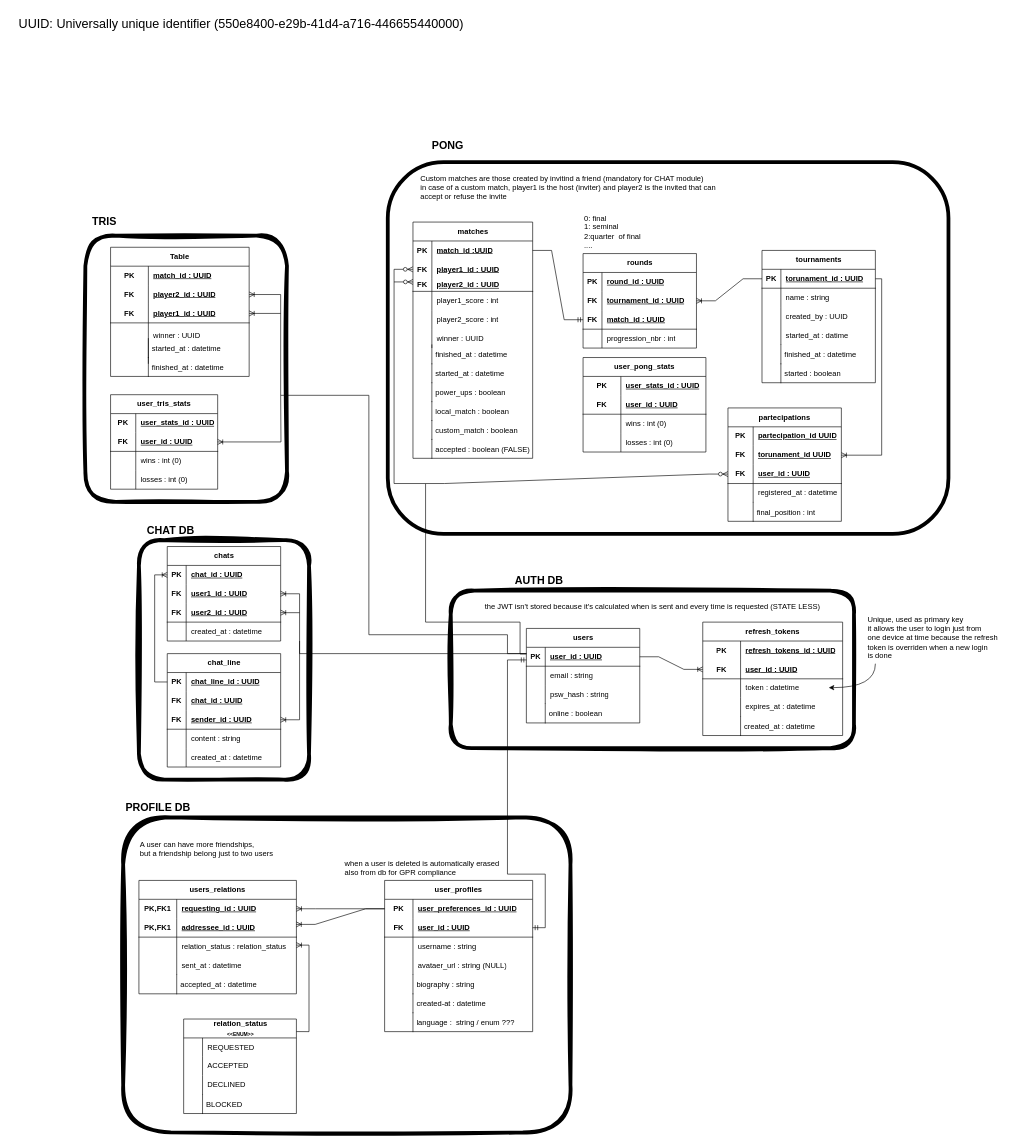
Earlier version of the draw.io diagram docs/backend/db_logical_design.drawio (Sheratan095/ft_transcendence). Source tidied: cells renumbered, new cells numbered last; positions are measured from the earlier drawing's top-left corner, leaving out a move shared by most shapes. Both pictures are drawn from the tidied source at 63%, with x=0, y=0 at pixel (11, 11).
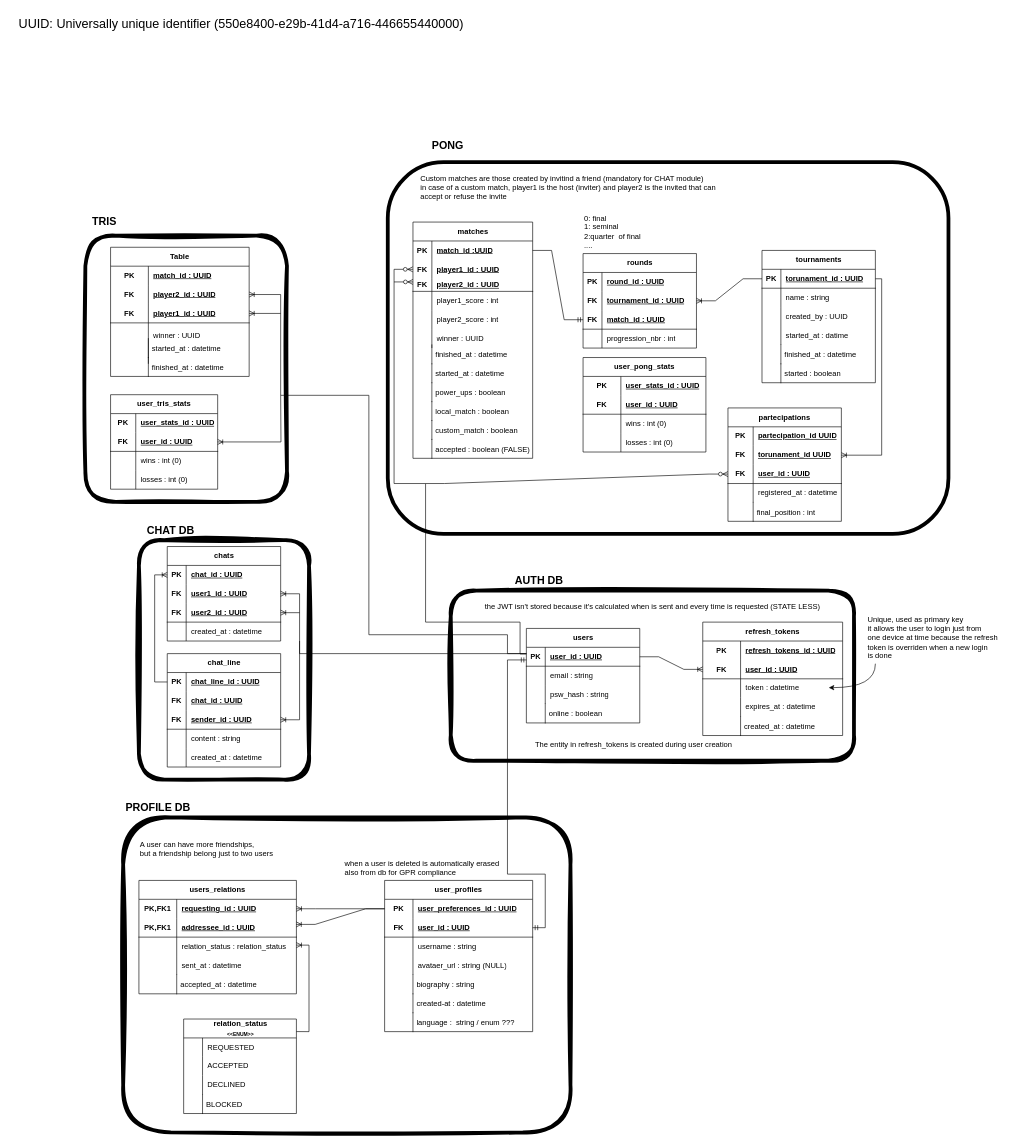
Above is the later version.

What changed in the source:
```diff
@@
     <mxCell id="105" style="rounded=1;whiteSpace=wrap;html=1;strokeWidth=6;fillWeight=4;hachureGap=8;hachureAngle=45;fillColor=none;sketch=1;curveFitting=1;jiggle=2;strokeColor=light-dark(#000000,#3399FF);" parent="1" vertex="1">
-      <mxGeometry x="698" y="920" width="640" height="250" as="geometry" />
+      <mxGeometry x="698" y="920" width="640" height="270" as="geometry" />
     </mxCell>
@@
+    <mxCell id="265" value="The entity in refresh_tokens is created during user creation" style="text;html=1;align=center;verticalAlign=middle;strokeColor=none;fillColor=none;" parent="1" vertex="1">
+      <mxGeometry x="818" y="1150" width="340" height="30" as="geometry" />
+    </mxCell>
```
